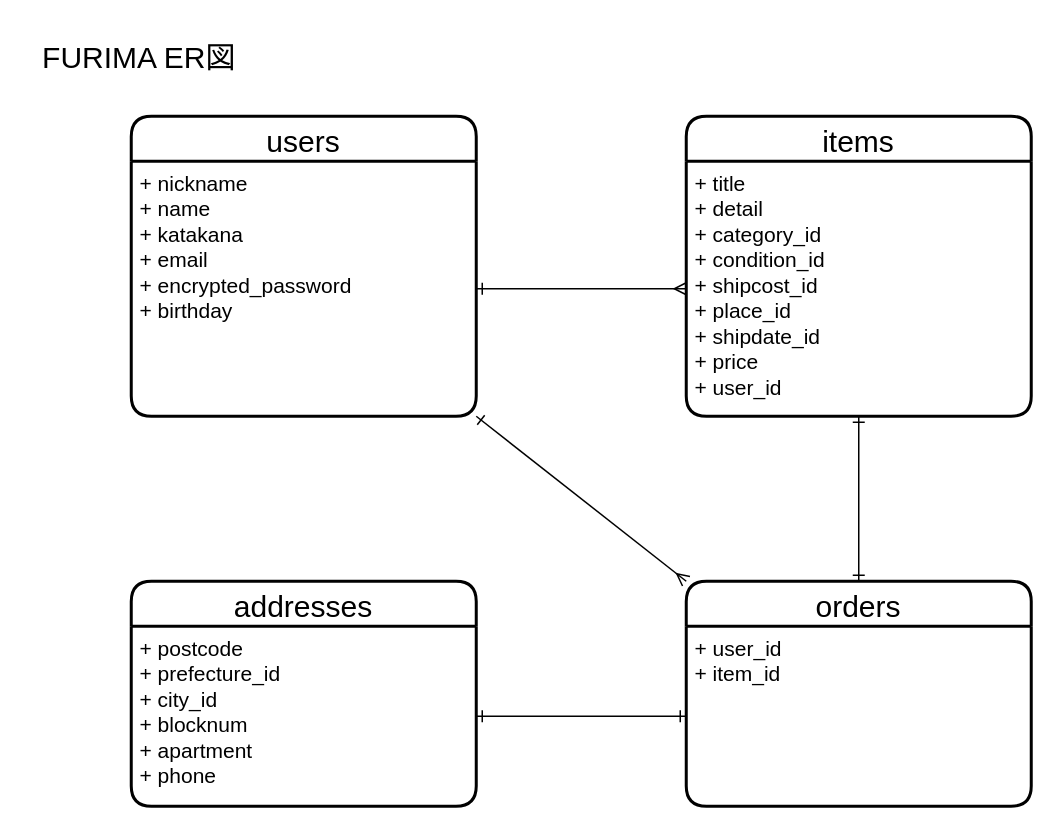
Before: furima.er.dio in sumiremama/furima-39966, a draw.io diagram. Source tidied: cells renumbered, new cells numbered last; positions are measured from the earlier drawing's top-left corner, leaving out a move shared by most shapes. Both pictures are drawn from the tidied source at 150%, with x=0, y=0 at pixel (26, 26).
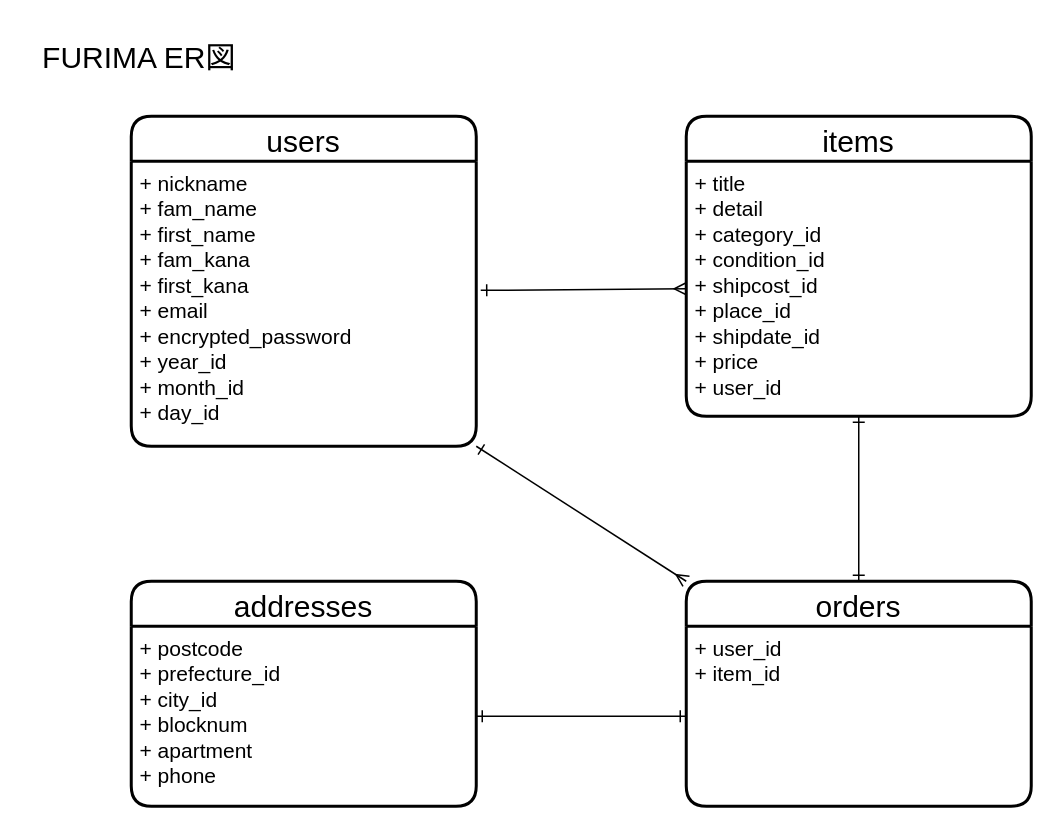
Above is the later version.

Commit message (it also covers changes not shown here):
usersテーブルのカラム修正

The edit, as a diff of the source:
```diff
@@
 <mxGraphModel>
   <root>
     <mxCell id="0" />
     <mxCell id="1" parent="0" />
     <mxCell id="2" value="users" style="swimlane;horizontal=1;startSize=30;rounded=1;fontSize=20;fontStyle=0;strokeWidth=2;shadow=0;dashed=0;align=center;" parent="1" vertex="1">
-      <mxGeometry x="70" y="60" width="230" height="200" as="geometry" />
+      <mxGeometry x="70" y="60" width="230" height="220" as="geometry" />
     </mxCell>
-    <mxCell id="3" value="+ nickname&#10;+ name&#10;+ katakana&#10;+ email&#10;+ encrypted_password&#10;+ birthday" style="align=left;strokeColor=none;fillColor=none;spacingLeft=4;fontSize=14;verticalAlign=top;" parent="2" vertex="1">
-      <mxGeometry y="30" width="230" height="170" as="geometry" />
+    <mxCell id="3" value="+ nickname&#10;+ fam_name&#10;+ first_name&#10;+ fam_kana&#10;+ first_kana&#10;+ email&#10;+ encrypted_password&#10;+ year_id&#10;+ month_id&#10;+ day_id" style="align=left;strokeColor=none;fillColor=none;spacingLeft=4;fontSize=14;verticalAlign=top;" parent="2" vertex="1">
+      <mxGeometry y="30" width="230" height="190" as="geometry" />
     </mxCell>
     <mxCell id="4" value="items" style="swimlane;horizontal=1;startSize=30;rounded=1;fontSize=20;fontStyle=0;strokeWidth=2;shadow=0;dashed=0;align=center;" parent="1" vertex="1">
       <mxGeometry x="440" y="60" width="230" height="200" as="geometry" />
     </mxCell>
     <mxCell id="5" value="+ title&#10;+ detail&#10;+ category_id&#10;+ condition_id&#10;+ shipcost_id&#10;+ place_id&#10;+ shipdate_id&#10;+ price&#10;+ user_id" style="align=left;strokeColor=none;fillColor=none;spacingLeft=4;fontSize=14;verticalAlign=top;" parent="4" vertex="1">
       <mxGeometry y="30" width="230" height="170" as="geometry" />
     </mxCell>
     <mxCell id="6" value="addresses" style="swimlane;horizontal=1;startSize=30;rounded=1;fontSize=20;fontStyle=0;strokeWidth=2;shadow=0;dashed=0;align=center;" parent="1" vertex="1">
       <mxGeometry x="70" y="370" width="230" height="150" as="geometry" />
     </mxCell>
     <mxCell id="7" value="+ postcode&#10;+ prefecture_id&#10;+ city_id&#10;+ blocknum&#10;+ apartment&#10;+ phone" style="align=left;strokeColor=none;fillColor=none;spacingLeft=4;fontSize=14;verticalAlign=top;" parent="6" vertex="1">
       <mxGeometry y="30" width="230" height="120" as="geometry" />
     </mxCell>
     <mxCell id="8" value="orders" style="swimlane;horizontal=1;startSize=30;rounded=1;fontSize=20;fontStyle=0;strokeWidth=2;shadow=0;dashed=0;align=center;" parent="1" vertex="1">
       <mxGeometry x="440" y="370" width="230" height="150" as="geometry" />
     </mxCell>
     <mxCell id="9" value="+ user_id&#10;+ item_id" style="align=left;strokeColor=none;fillColor=none;spacingLeft=4;fontSize=14;verticalAlign=top;" parent="8" vertex="1">
       <mxGeometry y="30" width="230" height="120" as="geometry" />
     </mxCell>
-    <mxCell id="10" style="edgeStyle=none;html=1;exitX=1;exitY=0.5;exitDx=0;exitDy=0;fontSize=14;endArrow=ERmany;endFill=0;startArrow=ERone;startFill=0;entryX=0;entryY=0.5;entryDx=0;entryDy=0;" parent="1" edge="1" source="3" target="5">
+    <mxCell id="10" style="edgeStyle=none;html=1;exitX=1.013;exitY=0.453;exitDx=0;exitDy=0;fontSize=14;endArrow=ERmany;endFill=0;startArrow=ERone;startFill=0;entryX=0;entryY=0.5;entryDx=0;entryDy=0;exitPerimeter=0;" parent="1" edge="1" source="3" target="5">
       <mxGeometry relative="1" as="geometry" />
     </mxCell>
     <mxCell id="11" style="edgeStyle=none;html=1;exitX=0.5;exitY=1;exitDx=0;exitDy=0;fontSize=14;endArrow=ERone;endFill=0;startArrow=ERone;startFill=0;entryX=0.5;entryY=0;entryDx=0;entryDy=0;" parent="1" edge="1" source="5" target="8">
       <mxGeometry relative="1" as="geometry" />
     </mxCell>
     <mxCell id="12" style="edgeStyle=none;html=1;exitX=1;exitY=0.5;exitDx=0;exitDy=0;entryX=0;entryY=0.5;entryDx=0;entryDy=0;fontSize=14;startArrow=ERone;startFill=0;endArrow=ERone;endFill=0;" parent="1" edge="1" source="7" target="9">
       <mxGeometry relative="1" as="geometry" />
     </mxCell>
     <mxCell id="13" style="edgeStyle=none;html=1;exitX=1;exitY=1;exitDx=0;exitDy=0;entryX=0;entryY=0;entryDx=0;entryDy=0;fontSize=14;startArrow=ERone;startFill=0;endArrow=ERmany;endFill=0;" parent="1" edge="1" source="3" target="8">
       <mxGeometry relative="1" as="geometry" />
     </mxCell>
     <mxCell id="14" value="FURIMA ER図" style="text;html=1;align=center;verticalAlign=middle;strokeColor=none;fillColor=none;fontSize=20;" parent="1" vertex="1">
       <mxGeometry width="150" height="40" as="geometry" />
     </mxCell>
   </root>
 </mxGraphModel>
```
